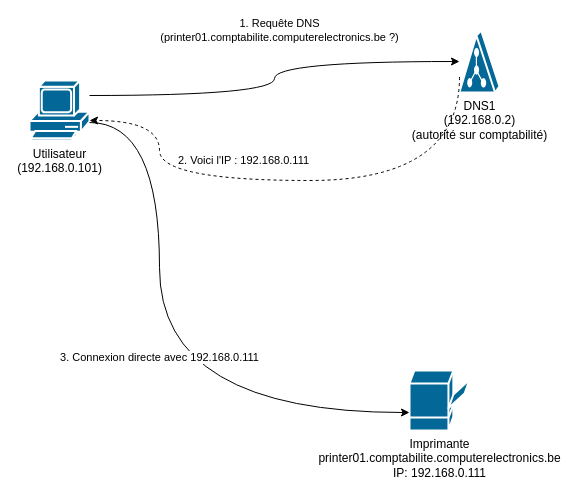
This is diagrams/dns_resolution_printer.drawio from choquitofrito/ActiveDirectory, a draw.io file, before an edit. Source tidied: cells renumbered, new cells numbered last; positions are measured from the earlier drawing's top-left corner, leaving out a move shared by most shapes. Both pictures are drawn from the tidied source at 100%, with x=0, y=0 at pixel (29, 30).
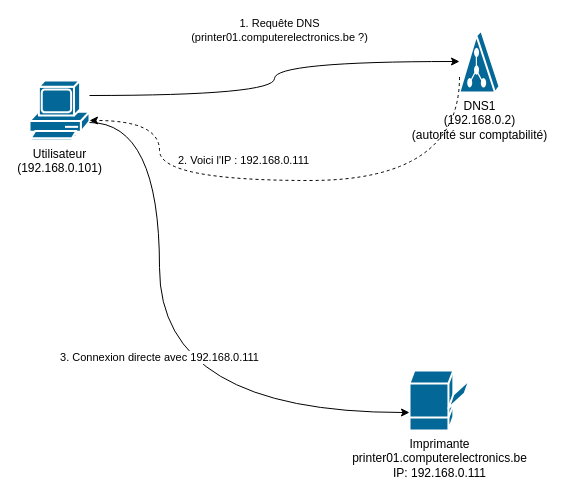
The same diagram, later.

What changed in the source:
```diff
@@
 <mxGraphModel>
   <root>
     <mxCell id="0" />
     <mxCell id="1" parent="0" />
     <mxCell id="2" value="Utilisateur&#10;(192.168.0.101)" style="shape=mxgraph.cisco.computers_and_peripherals.pc;html=1;dashed=0;fillColor=#036897;strokeColor=#ffffff;strokeWidth=2;verticalLabelPosition=bottom;verticalAlign=top;align=center;outlineConnect=0;" parent="1" vertex="1">
       <mxGeometry y="50" width="60" height="60" as="geometry" />
     </mxCell>
     <mxCell id="3" value="DNS1&#10;(192.168.0.2)&#10;(autorité sur comptabilité)" style="shape=mxgraph.cisco.servers.directory_server;html=1;dashed=0;fillColor=#036897;strokeColor=#ffffff;strokeWidth=2;verticalLabelPosition=bottom;verticalAlign=top;align=center;outlineConnect=0;" parent="1" vertex="1">
       <mxGeometry x="430" width="40" height="62" as="geometry" />
     </mxCell>
-    <mxCell id="4" value="Imprimante&#10;printer01.comptabilite.computerelectronics.be&#10;IP: 192.168.0.111" style="shape=mxgraph.cisco.computers_and_peripherals.printer;html=1;dashed=0;fillColor=#036897;strokeColor=#ffffff;strokeWidth=2;verticalLabelPosition=bottom;verticalAlign=top;align=center;outlineConnect=0;" parent="1" vertex="1">
+    <mxCell id="4" value="Imprimante&#10;printer01.computerelectronics.be&#10;IP: 192.168.0.111" style="shape=mxgraph.cisco.computers_and_peripherals.printer;html=1;dashed=0;fillColor=#036897;strokeColor=#ffffff;strokeWidth=2;verticalLabelPosition=bottom;verticalAlign=top;align=center;outlineConnect=0;" parent="1" vertex="1">
       <mxGeometry x="380" y="340" width="60" height="60" as="geometry" />
     </mxCell>
-    <mxCell id="5" value="1. Requête DNS&#10;(printer01.comptabilite.computerelectronics.be ?)" style="edgeStyle=orthogonalEdgeStyle;rounded=0;jettySize=auto;html=1;exitX=1;exitY=0.25;entryX=0;entryY=0.5;curved=1;" parent="1" edge="1" source="2" target="3">
+    <mxCell id="5" value="1. Requête DNS&#10;(printer01.computerelectronics.be ?)" style="edgeStyle=orthogonalEdgeStyle;rounded=0;jettySize=auto;html=1;exitX=1;exitY=0.25;entryX=0;entryY=0.5;curved=1;" parent="1" edge="1" source="2" target="3">
       <mxGeometry x="0.11" y="31" relative="1" as="geometry" />
     </mxCell>
     <mxCell id="6" value="2. Voici l'IP : 192.168.0.111" style="edgeStyle=orthogonalEdgeStyle;rounded=0;jettySize=auto;html=1;exitX=0;exitY=0.75;dashed=1;curved=1;" parent="1" edge="1" source="3" target="2">
       <mxGeometry x="0.2" y="-20" relative="1" as="geometry">
         <Array as="points">
           <mxPoint x="430" y="150" />
           <mxPoint x="130" y="150" />
           <mxPoint x="130" y="90" />
         </Array>
       </mxGeometry>
     </mxCell>
     <mxCell id="7" value="3. Connexion directe avec 192.168.0.111" style="edgeStyle=orthogonalEdgeStyle;rounded=0;jettySize=auto;html=1;exitX=1;exitY=0.7;entryX=0;entryY=0.7;curved=1;" parent="1" edge="1" source="2" target="4">
       <mxGeometry relative="1" as="geometry">
         <Array as="points">
           <mxPoint x="130" y="92" />
           <mxPoint x="130" y="382" />
         </Array>
       </mxGeometry>
     </mxCell>
   </root>
 </mxGraphModel>
```
